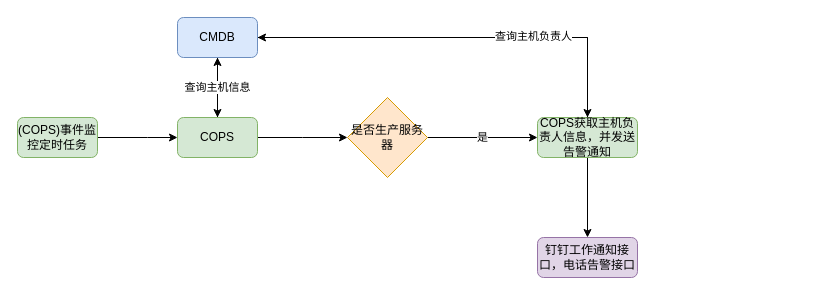
The draw.io diagram 曹操/本地盘坏盘告警流程.drawio in Makecodeeasy/diagrams, before the edit. Source tidied: cells renumbered, new cells numbered last; positions are measured from the earlier drawing's top-left corner, leaving out a move shared by most shapes. Both pictures are drawn from the tidied source at 100%, with x=0, y=0 at pixel (17, 17).
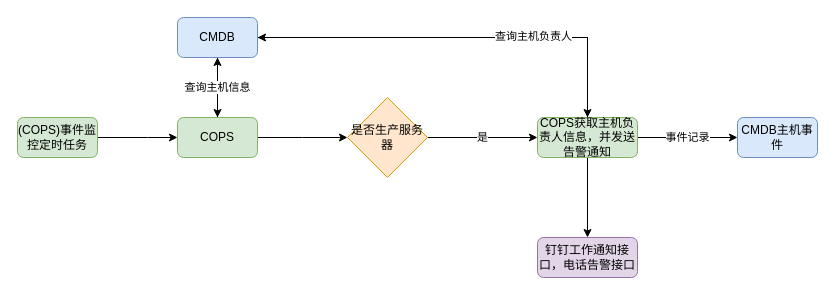
Above is the later version.

Commit message:
Update 本地盘坏盘告警流程.drawio

Unchanged cells that the change refers to:
```xml
<mxCell id="15" value="COPS获取主机负责人信息，并发送告警通知" style="rounded=1;whiteSpace=wrap;html=1;fillColor=#d5e8d4;strokeColor=#82b366;" parent="1" vertex="1">
  <mxGeometry x="520" y="100" width="100" height="40" as="geometry" />
</mxCell>
```

What changed in the source:
```diff
@@
+    <mxCell id="17" value="事件记录" style="edgeStyle=orthogonalEdgeStyle;rounded=0;jettySize=auto;html=1;exitX=1;exitY=0.5;exitDx=0;exitDy=0;entryX=0;entryY=0.5;entryDx=0;entryDy=0;" parent="1" edge="1" source="15" target="18">
+      <mxGeometry relative="1" as="geometry">
+        <Array as="points">
+          <mxPoint x="670" y="120" />
+          <mxPoint x="670" y="120" />
+        </Array>
+      </mxGeometry>
+    </mxCell>
@@
+    <mxCell id="18" value="CMDB主机事件" style="rounded=1;whiteSpace=wrap;html=1;fillColor=#dae8fc;strokeColor=#6c8ebf;" parent="1" vertex="1">
+      <mxGeometry x="720" y="100" width="80" height="40" as="geometry" />
+    </mxCell>
```
